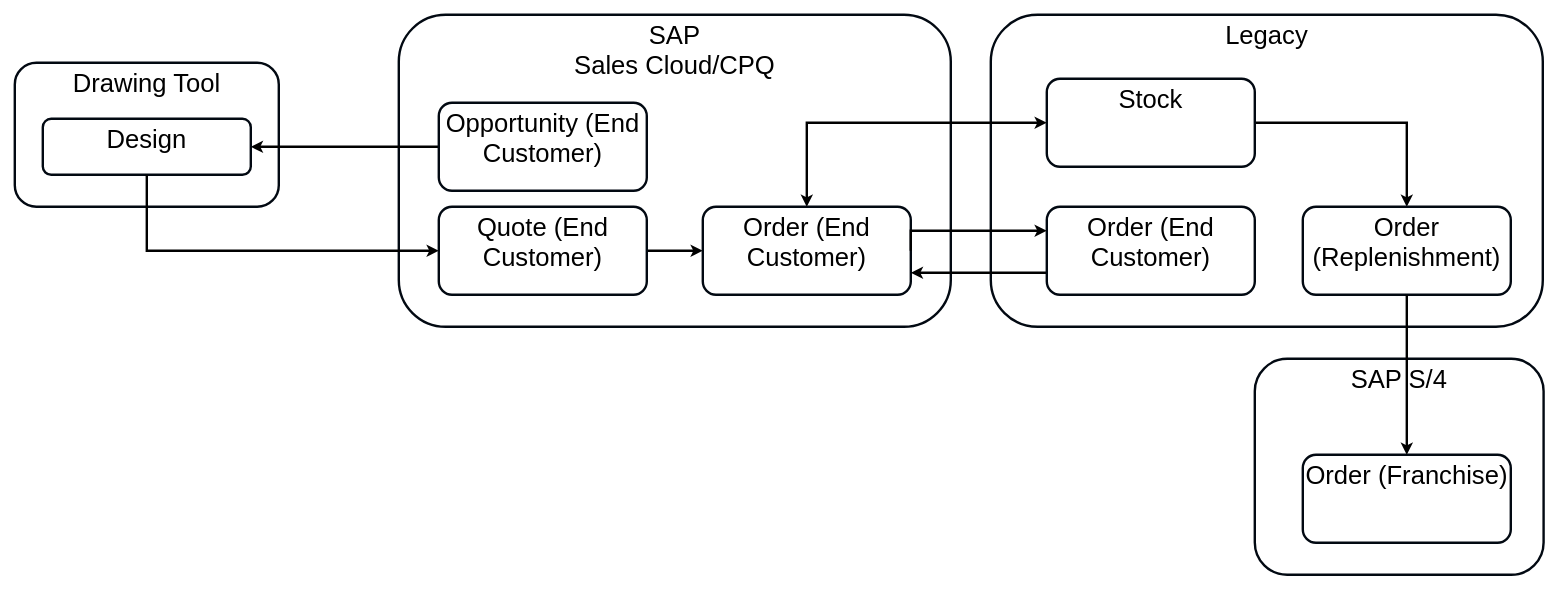
This is page "Quote to Order Flow -Franchise Stock" (9 of 12) of Franchise.drawio from mrf742002/Diagrams, a draw.io file, before an edit. Source tidied: cells renumbered, new cells numbered last; positions are measured from the earlier drawing's top-left corner, leaving out a move shared by most shapes. Both pictures are drawn from the tidied source at 80%, with x=0, y=0 at pixel (14, 14).
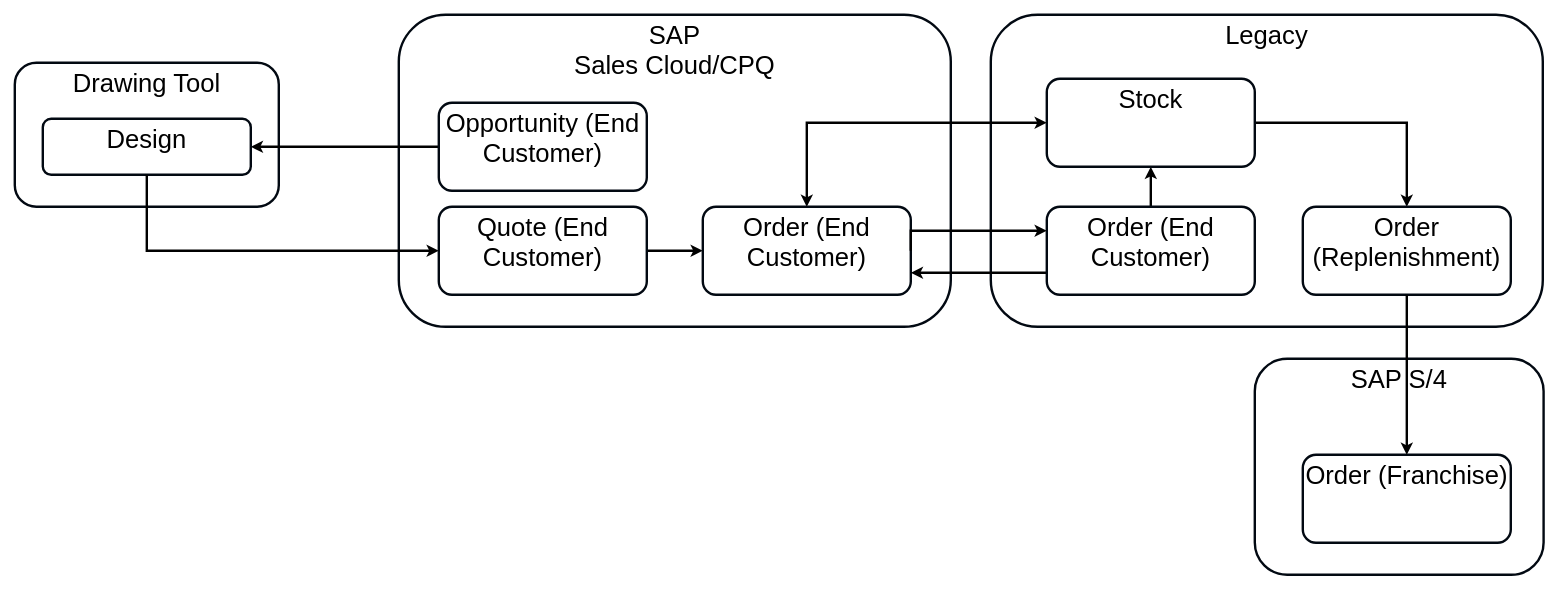
After the change.

Unchanged cells that the change refers to:
```xml
<mxCell id="13" value="&lt;span style=&quot;font-size: 32px&quot;&gt;Order (End Customer)&lt;/span&gt;" style="rounded=1;whiteSpace=wrap;html=1;verticalAlign=top;strokeWidth=3;strokeColor=#020912;" parent="1" vertex="1">
  <mxGeometry x="1290" y="240" width="260" height="110" as="geometry" />
</mxCell>
<mxCell id="15" value="&lt;span style=&quot;font-size: 32px&quot;&gt;Stock&lt;/span&gt;" style="rounded=1;whiteSpace=wrap;html=1;verticalAlign=top;strokeWidth=3;strokeColor=#020912;" parent="1" vertex="1">
  <mxGeometry x="1290" y="80" width="260" height="110" as="geometry" />
</mxCell>
```

Diff of the diagram source:
```diff
@@
+    <mxCell id="22" style="edgeStyle=orthogonalEdgeStyle;rounded=0;jettySize=auto;html=1;exitX=0.5;exitY=0;exitDx=0;exitDy=0;entryX=0.5;entryY=1;entryDx=0;entryDy=0;fontSize=24;startArrow=none;startFill=0;strokeWidth=3;" parent="1" edge="1" source="13" target="15">
+      <mxGeometry relative="1" as="geometry" />
+    </mxCell>
```
